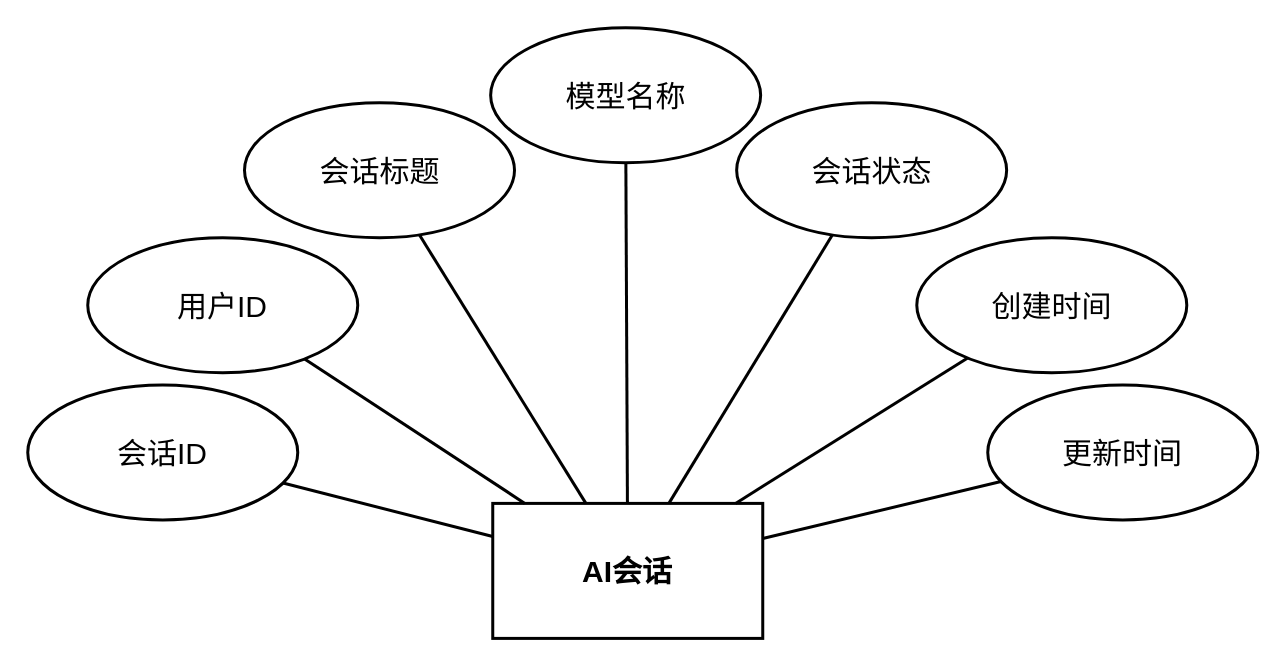
Earlier version of the draw.io diagram DOCS/architecture-diagrams/sources/实体图/ai_conversations/ai_conversations_entity.drawio (612cs/TrailQuest). Source tidied: cells renumbered, new cells numbered last; positions are measured from the earlier drawing's top-left corner, leaving out a move shared by most shapes. Both pictures are drawn from the tidied source at 150%, with x=0, y=0 at pixel (27, 27).
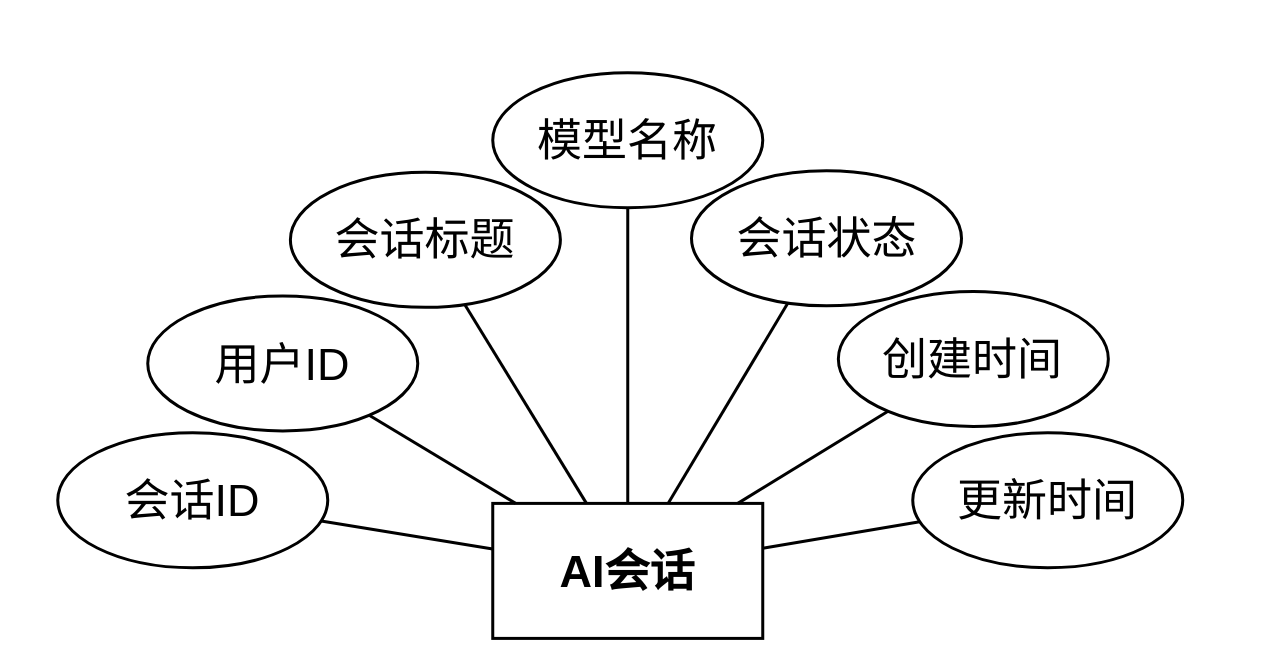
Above is the later version.

Diff of the diagram source:
```diff
@@
 <mxGraphModel>
   <root>
     <mxCell id="0" />
     <mxCell id="1" parent="0" />
-    <mxCell id="2" value="AI会话" style="rounded=0;whiteSpace=wrap;html=1;fillColor=none;strokeColor=#000000;fontColor=#000000;fontFamily=Arial;fontSize=20;fontStyle=1;align=center;verticalAlign=middle;strokeWidth=2;gradientColor=none;shadow=0;glass=0;" parent="1" vertex="1">
+    <mxCell id="2" value="AI会话" style="rounded=0;whiteSpace=wrap;html=1;fillColor=none;strokeColor=#000000;fontColor=#000000;fontFamily=Arial;fontSize=30;fontStyle=1;align=center;verticalAlign=middle;strokeWidth=2;gradientColor=none;shadow=0;glass=0;" parent="1" vertex="1">
       <mxGeometry x="310" y="317.1" width="180" height="90" as="geometry" />
     </mxCell>
-    <mxCell id="3" value="会话ID" style="ellipse;whiteSpace=wrap;html=1;fillColor=none;strokeColor=#000000;fontColor=#000000;fontFamily=Arial;fontSize=20;align=center;verticalAlign=middle;strokeWidth=2;gradientColor=none;shadow=0;glass=0;" parent="1" vertex="1">
-      <mxGeometry y="238.1" width="180" height="90" as="geometry" />
+    <mxCell id="3" value="会话ID" style="ellipse;whiteSpace=wrap;html=1;fillColor=none;strokeColor=#000000;fontColor=#000000;fontFamily=Arial;fontSize=30;align=center;verticalAlign=middle;strokeWidth=2;gradientColor=none;shadow=0;glass=0;" parent="1" vertex="1">
+      <mxGeometry x="20" y="270" width="180" height="90" as="geometry" />
     </mxCell>
-    <mxCell id="4" value="用户ID" style="ellipse;whiteSpace=wrap;html=1;fillColor=none;strokeColor=#000000;fontColor=#000000;fontFamily=Arial;fontSize=20;align=center;verticalAlign=middle;strokeWidth=2;gradientColor=none;shadow=0;glass=0;" parent="1" vertex="1">
-      <mxGeometry x="40" y="140" width="180" height="90" as="geometry" />
+    <mxCell id="4" value="用户ID" style="ellipse;whiteSpace=wrap;html=1;fillColor=none;strokeColor=#000000;fontColor=#000000;fontFamily=Arial;fontSize=30;align=center;verticalAlign=middle;strokeWidth=2;gradientColor=none;shadow=0;glass=0;" parent="1" vertex="1">
+      <mxGeometry x="80" y="178.8" width="180" height="90" as="geometry" />
     </mxCell>
-    <mxCell id="5" value="会话标题" style="ellipse;whiteSpace=wrap;html=1;fillColor=none;strokeColor=#000000;fontColor=#000000;fontFamily=Arial;fontSize=20;align=center;verticalAlign=middle;strokeWidth=2;gradientColor=none;shadow=0;glass=0;" parent="1" vertex="1">
-      <mxGeometry x="144.5" y="50" width="180" height="90" as="geometry" />
+    <mxCell id="5" value="会话标题" style="ellipse;whiteSpace=wrap;html=1;fillColor=none;strokeColor=#000000;fontColor=#000000;fontFamily=Arial;fontSize=30;align=center;verticalAlign=middle;strokeWidth=2;gradientColor=none;shadow=0;glass=0;" parent="1" vertex="1">
+      <mxGeometry x="175.1" y="96.4" width="180" height="90" as="geometry" />
     </mxCell>
-    <mxCell id="6" value="模型名称" style="ellipse;whiteSpace=wrap;html=1;fillColor=none;strokeColor=#000000;fontColor=#000000;fontFamily=Arial;fontSize=20;align=center;verticalAlign=middle;strokeWidth=2;gradientColor=none;shadow=0;glass=0;" parent="1" vertex="1">
-      <mxGeometry x="308.6" width="180" height="90" as="geometry" />
+    <mxCell id="6" value="模型名称" style="ellipse;whiteSpace=wrap;html=1;fillColor=none;strokeColor=#000000;fontColor=#000000;fontFamily=Arial;fontSize=30;align=center;verticalAlign=middle;strokeWidth=2;gradientColor=none;shadow=0;glass=0;" parent="1" vertex="1">
+      <mxGeometry x="310" y="30" width="180" height="90" as="geometry" />
     </mxCell>
-    <mxCell id="7" value="会话状态" style="ellipse;whiteSpace=wrap;html=1;fillColor=none;strokeColor=#000000;fontColor=#000000;fontFamily=Arial;fontSize=20;align=center;verticalAlign=middle;strokeWidth=2;gradientColor=none;shadow=0;glass=0;" parent="1" vertex="1">
-      <mxGeometry x="472.6" y="50" width="180" height="90" as="geometry" />
+    <mxCell id="7" value="会话状态" style="ellipse;whiteSpace=wrap;html=1;fillColor=none;strokeColor=#000000;fontColor=#000000;fontFamily=Arial;fontSize=30;align=center;verticalAlign=middle;strokeWidth=2;gradientColor=none;shadow=0;glass=0;" parent="1" vertex="1">
+      <mxGeometry x="442.5" y="95.4" width="180" height="90" as="geometry" />
     </mxCell>
-    <mxCell id="8" value="创建时间" style="ellipse;whiteSpace=wrap;html=1;fillColor=none;strokeColor=#000000;fontColor=#000000;fontFamily=Arial;fontSize=20;align=center;verticalAlign=middle;strokeWidth=2;gradientColor=none;shadow=0;glass=0;" parent="1" vertex="1">
-      <mxGeometry x="592.7" y="140" width="180" height="90" as="geometry" />
+    <mxCell id="8" value="创建时间" style="ellipse;whiteSpace=wrap;html=1;fillColor=none;strokeColor=#000000;fontColor=#000000;fontFamily=Arial;fontSize=30;align=center;verticalAlign=middle;strokeWidth=2;gradientColor=none;shadow=0;glass=0;" parent="1" vertex="1">
+      <mxGeometry x="540.4" y="175.8" width="180" height="90" as="geometry" />
     </mxCell>
-    <mxCell id="9" value="更新时间" style="ellipse;whiteSpace=wrap;html=1;fillColor=none;strokeColor=#000000;fontColor=#000000;fontFamily=Arial;fontSize=20;align=center;verticalAlign=middle;strokeWidth=2;gradientColor=none;shadow=0;glass=0;" parent="1" vertex="1">
-      <mxGeometry x="640" y="238.1" width="180" height="90" as="geometry" />
+    <mxCell id="9" value="更新时间" style="ellipse;whiteSpace=wrap;html=1;fillColor=none;strokeColor=#000000;fontColor=#000000;fontFamily=Arial;fontSize=30;align=center;verticalAlign=middle;strokeWidth=2;gradientColor=none;shadow=0;glass=0;" parent="1" vertex="1">
+      <mxGeometry x="590" y="270" width="180" height="90" as="geometry" />
     </mxCell>
-    <mxCell id="10" style="endArrow=none;html=1;rounded=0;strokeColor=#000000;strokeWidth=2;" parent="1" edge="1" source="2" target="3">
+    <mxCell id="10" style="endArrow=none;html=1;rounded=0;strokeColor=#000000;strokeWidth=2;fontSize=30;" parent="1" edge="1" source="2" target="3">
       <mxGeometry relative="1" as="geometry" />
     </mxCell>
-    <mxCell id="11" style="endArrow=none;html=1;rounded=0;strokeColor=#000000;strokeWidth=2;" parent="1" edge="1" source="2" target="4">
+    <mxCell id="11" style="endArrow=none;html=1;rounded=0;strokeColor=#000000;strokeWidth=2;fontSize=30;" parent="1" edge="1" source="2" target="4">
       <mxGeometry relative="1" as="geometry" />
     </mxCell>
-    <mxCell id="12" style="endArrow=none;html=1;rounded=0;strokeColor=#000000;strokeWidth=2;" parent="1" edge="1" source="2" target="5">
+    <mxCell id="12" style="endArrow=none;html=1;rounded=0;strokeColor=#000000;strokeWidth=2;fontSize=30;" parent="1" edge="1" source="2" target="5">
       <mxGeometry relative="1" as="geometry" />
     </mxCell>
-    <mxCell id="13" style="endArrow=none;html=1;rounded=0;strokeColor=#000000;strokeWidth=2;" parent="1" edge="1" source="2" target="6">
+    <mxCell id="13" style="endArrow=none;html=1;rounded=0;strokeColor=#000000;strokeWidth=2;fontSize=30;" parent="1" edge="1" source="2" target="6">
       <mxGeometry relative="1" as="geometry" />
     </mxCell>
-    <mxCell id="14" style="endArrow=none;html=1;rounded=0;strokeColor=#000000;strokeWidth=2;" parent="1" edge="1" source="2" target="7">
+    <mxCell id="14" style="endArrow=none;html=1;rounded=0;strokeColor=#000000;strokeWidth=2;fontSize=30;" parent="1" edge="1" source="2" target="7">
       <mxGeometry relative="1" as="geometry" />
     </mxCell>
-    <mxCell id="15" style="endArrow=none;html=1;rounded=0;strokeColor=#000000;strokeWidth=2;" parent="1" edge="1" source="2" target="8">
+    <mxCell id="15" style="endArrow=none;html=1;rounded=0;strokeColor=#000000;strokeWidth=2;fontSize=30;" parent="1" edge="1" source="2" target="8">
       <mxGeometry relative="1" as="geometry" />
     </mxCell>
-    <mxCell id="16" style="endArrow=none;html=1;rounded=0;strokeColor=#000000;strokeWidth=2;" parent="1" edge="1" source="2" target="9">
+    <mxCell id="16" style="endArrow=none;html=1;rounded=0;strokeColor=#000000;strokeWidth=2;fontSize=30;" parent="1" edge="1" source="2" target="9">
       <mxGeometry relative="1" as="geometry" />
     </mxCell>
   </root>
 </mxGraphModel>
```
